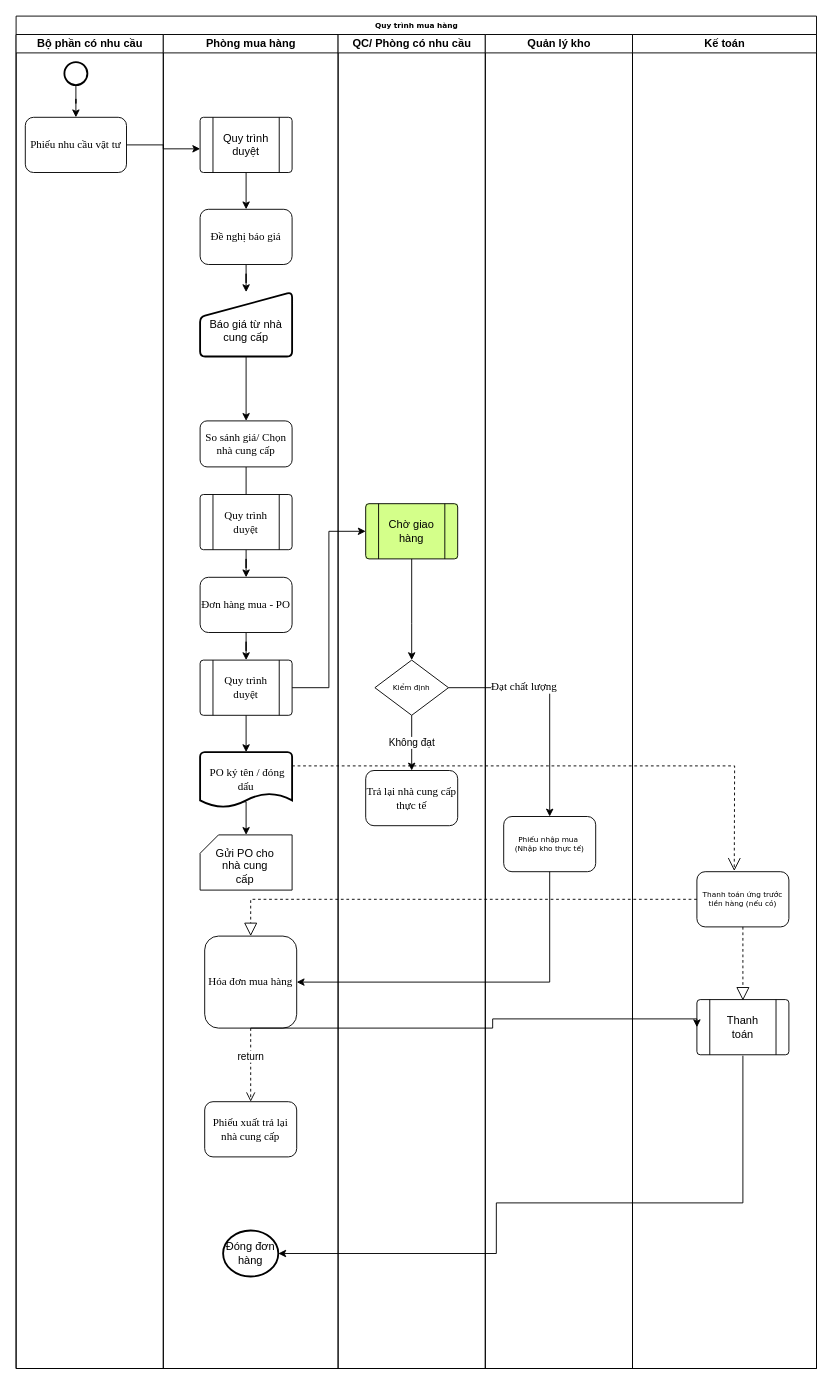
Earlier version of the draw.io diagram Purchase_Lothamilk_V2.drawio (SungPN/Diagram-VRG). Source tidied: cells renumbered, new cells numbered last; positions are measured from the earlier drawing's top-left corner, leaving out a move shared by most shapes. Both pictures are drawn from the tidied source at 92%, with x=0, y=0 at pixel (16, 16).
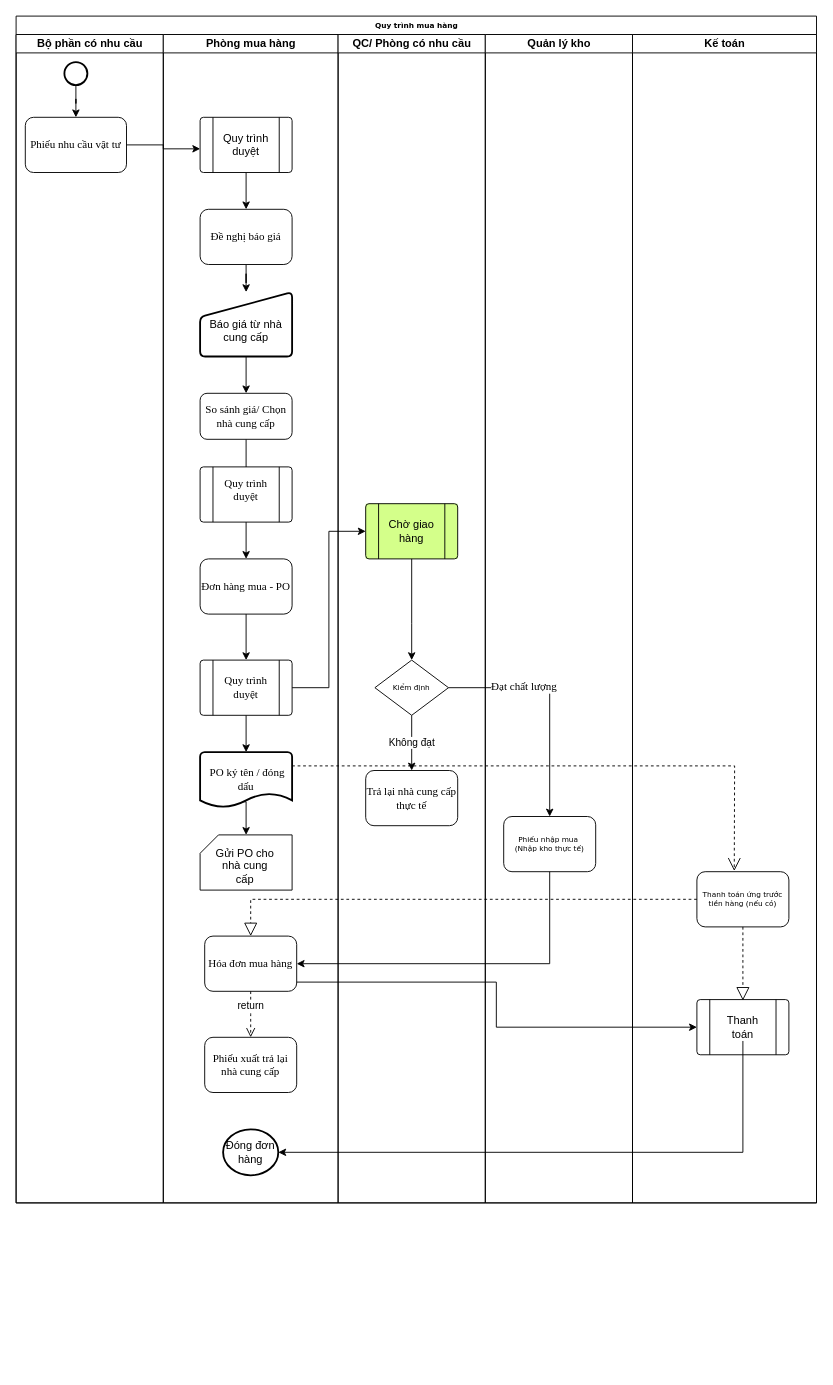
After the change.

Unchanged cells that the change refers to:
```xml
<mxCell id="45" value="Phiếu nhập mua&amp;nbsp;&lt;br&gt;(Nhập kho thực tế)" style="rounded=1;whiteSpace=wrap;html=1;shadow=0;labelBackgroundColor=none;strokeWidth=1;fontFamily=Verdana;fontSize=8;align=center;" parent="44" vertex="1">
  <mxGeometry x="20" y="850" width="100" height="60" as="geometry" />
</mxCell>
<mxCell id="52" style="verticalLabelPosition=bottom;verticalAlign=top;html=1;shape=process;whiteSpace=wrap;rounded=1;size=0.14;arcSize=6;" parent="51" vertex="1">
  <mxGeometry width="100" height="60" as="geometry" />
</mxCell>
<mxCell id="53" value="Thanh toán" style="text;html=1;strokeColor=none;fillColor=none;align=center;verticalAlign=middle;whiteSpace=wrap;rounded=0;" parent="51" vertex="1">
  <mxGeometry x="20" y="15" width="60" height="30" as="geometry" />
</mxCell>
```

The edit, as a diff of the source:
```diff
@@
     <mxCell id="2" value="Quy trình mua hàng" style="swimlane;html=1;startSize=20;rounded=0;shadow=0;labelBackgroundColor=none;strokeWidth=1;fontFamily=Verdana;fontSize=8;align=center;fillColor=#FFFFFF;" parent="1" vertex="1">
-      <mxGeometry width="870" height="1470" as="geometry" />
+      <mxGeometry width="870" height="1290" as="geometry" />
     </mxCell>
     <mxCell id="3" value="Bộ phần có nhu cầu" style="swimlane;html=1;startSize=20;" parent="2" vertex="1">
-      <mxGeometry y="20" width="160" height="1450" as="geometry" />
+      <mxGeometry y="20" width="160" height="1270" as="geometry" />
     </mxCell>
@@
     <mxCell id="7" value="Phòng mua hàng" style="swimlane;html=1;startSize=20;fillColor=#FFFFFF;" parent="2" vertex="1">
-      <mxGeometry x="160" y="20" width="190" height="1450" as="geometry" />
+      <mxGeometry x="160" y="20" width="190" height="1270" as="geometry" />
     </mxCell>
@@
     <mxCell id="9" value="&lt;font face=&quot;Times New Roman&quot; style=&quot;font-size: 12px;&quot;&gt;Đơn hàng mua - PO&lt;/font&gt;" style="rounded=1;whiteSpace=wrap;html=1;shadow=0;labelBackgroundColor=none;strokeWidth=1;fontFamily=Verdana;fontSize=8;align=center;" parent="7" vertex="1">
-      <mxGeometry x="40" y="590" width="100" height="60" as="geometry" />
+      <mxGeometry x="40" y="570" width="100" height="60" as="geometry" />
     </mxCell>
@@
     <mxCell id="11" value="&lt;font face=&quot;Times New Roman&quot; style=&quot;font-size: 12px;&quot;&gt;So sánh giá/ Chọn nhà cung cấp&lt;/font&gt;" style="rounded=1;whiteSpace=wrap;html=1;shadow=0;labelBackgroundColor=none;strokeWidth=1;fontFamily=Verdana;fontSize=8;align=center;" parent="7" vertex="1">
-      <mxGeometry x="40" y="420" width="100" height="50" as="geometry" />
+      <mxGeometry x="40" y="390" width="100" height="50" as="geometry" />
     </mxCell>
@@
     <mxCell id="24" value="Đóng đơn hàng" style="strokeWidth=2;html=1;shape=mxgraph.flowchart.start_2;whiteSpace=wrap;" parent="7" vertex="1">
-      <mxGeometry x="65" y="1300" width="60" height="50" as="geometry" />
+      <mxGeometry x="65" y="1190" width="60" height="50" as="geometry" />
     </mxCell>
@@
     <mxCell id="31" style="verticalLabelPosition=bottom;verticalAlign=top;html=1;shape=process;whiteSpace=wrap;rounded=1;size=0.14;arcSize=6;" parent="7" vertex="1">
-      <mxGeometry x="40" y="500" width="100" height="60" as="geometry" />
+      <mxGeometry x="40" y="470" width="100" height="60" as="geometry" />
     </mxCell>
     <mxCell id="32" value="&lt;font style=&quot;font-size: 12px;&quot; face=&quot;Times New Roman&quot;&gt;Quy trình duyệt&lt;/font&gt;" style="text;html=1;strokeColor=none;fillColor=none;align=center;verticalAlign=middle;whiteSpace=wrap;rounded=0;" parent="7" vertex="1">
-      <mxGeometry x="60" y="515" width="60" height="30" as="geometry" />
+      <mxGeometry x="60" y="480" width="60" height="30" as="geometry" />
     </mxCell>
     <mxCell id="33" value="&lt;font style=&quot;font-size: 12px;&quot; face=&quot;Times New Roman&quot;&gt;Hóa đơn mua hàng&lt;/font&gt;" style="rounded=1;whiteSpace=wrap;html=1;shadow=0;labelBackgroundColor=none;strokeWidth=1;fontFamily=Verdana;fontSize=8;align=center;fillColor=#FFFFFF;" parent="7" vertex="1">
-      <mxGeometry x="45" y="980" width="100" height="100" as="geometry" />
+      <mxGeometry x="45" y="980" width="100" height="60" as="geometry" />
     </mxCell>
     <mxCell id="34" value="&lt;font style=&quot;font-size: 12px;&quot; face=&quot;Times New Roman&quot;&gt;Phiếu xuất trả lại nhà cung cấp&lt;/font&gt;" style="rounded=1;whiteSpace=wrap;html=1;shadow=0;labelBackgroundColor=none;strokeWidth=1;fontFamily=Verdana;fontSize=8;align=center;fillColor=#FFFFFF;" parent="7" vertex="1">
-      <mxGeometry x="45" y="1160" width="100" height="60" as="geometry" />
+      <mxGeometry x="45" y="1090" width="100" height="60" as="geometry" />
     </mxCell>
@@
     <mxCell id="36" value="QC/ Phòng có nhu cầu" style="swimlane;html=1;startSize=20;" parent="2" vertex="1">
-      <mxGeometry x="350" y="20" width="160" height="1450" as="geometry" />
+      <mxGeometry x="350" y="20" width="160" height="1270" as="geometry" />
     </mxCell>
@@
     <mxCell id="44" value="Quản lý kho" style="swimlane;html=1;startSize=20;" parent="2" vertex="1">
-      <mxGeometry x="510" y="20" width="160" height="1450" as="geometry" />
+      <mxGeometry x="510" y="20" width="160" height="1270" as="geometry" />
     </mxCell>
@@
     <mxCell id="50" value="Kế toán" style="swimlane;html=1;startSize=20;" parent="2" vertex="1">
-      <mxGeometry x="670" y="20" width="200" height="1450" as="geometry" />
+      <mxGeometry x="670" y="20" width="200" height="1270" as="geometry" />
     </mxCell>
@@
     <mxCell id="56" style="edgeStyle=orthogonalEdgeStyle;rounded=0;jettySize=auto;html=1;entryX=1;entryY=0.5;entryDx=0;entryDy=0;" parent="2" edge="1" source="45" target="33">
       <mxGeometry relative="1" as="geometry">
         <Array as="points">
-          <mxPoint x="580" y="1050" />
+          <mxPoint x="580" y="1030" />
         </Array>
       </mxGeometry>
     </mxCell>
@@
-    <mxCell id="59" style="edgeStyle=orthogonalEdgeStyle;rounded=0;jettySize=auto;html=1;entryX=0;entryY=0.5;entryDx=0;entryDy=0;exitX=0.5;exitY=1;exitDx=0;exitDy=0;" parent="2" edge="1" source="33" target="52">
+    <mxCell id="59" style="edgeStyle=orthogonalEdgeStyle;rounded=0;jettySize=auto;html=1;entryX=0;entryY=0.5;entryDx=0;entryDy=0;" parent="2" edge="1" source="33" target="52">
       <mxGeometry relative="1" as="geometry">
         <Array as="points">
-          <mxPoint x="518" y="1100" />
-          <mxPoint x="518" y="1090" />
+          <mxPoint x="522" y="1050" />
+          <mxPoint x="522" y="1099" />
         </Array>
       </mxGeometry>
     </mxCell>
-    <mxCell id="60" style="edgeStyle=orthogonalEdgeStyle;rounded=0;jettySize=auto;html=1;entryX=1;entryY=0.5;entryDx=0;entryDy=0;entryPerimeter=0;" parent="2" edge="1" target="24">
-      <mxGeometry relative="1" as="geometry">
-        <mxPoint x="790" y="1130" as="sourcePoint" />
-        <Array as="points">
-          <mxPoint x="790" y="1290" />
-          <mxPoint x="522" y="1290" />
-          <mxPoint x="522" y="1345" />
-        </Array>
-      </mxGeometry>
-    </mxCell>
+    <mxCell id="61" style="edgeStyle=orthogonalEdgeStyle;rounded=0;jettySize=auto;html=1;entryX=1;entryY=0.5;entryDx=0;entryDy=0;entryPerimeter=0;" parent="2" edge="1" source="53" target="24">
+      <mxGeometry relative="1" as="geometry">
+        <Array as="points">
+          <mxPoint x="790" y="1235" />
+        </Array>
+      </mxGeometry>
+    </mxCell>
```
